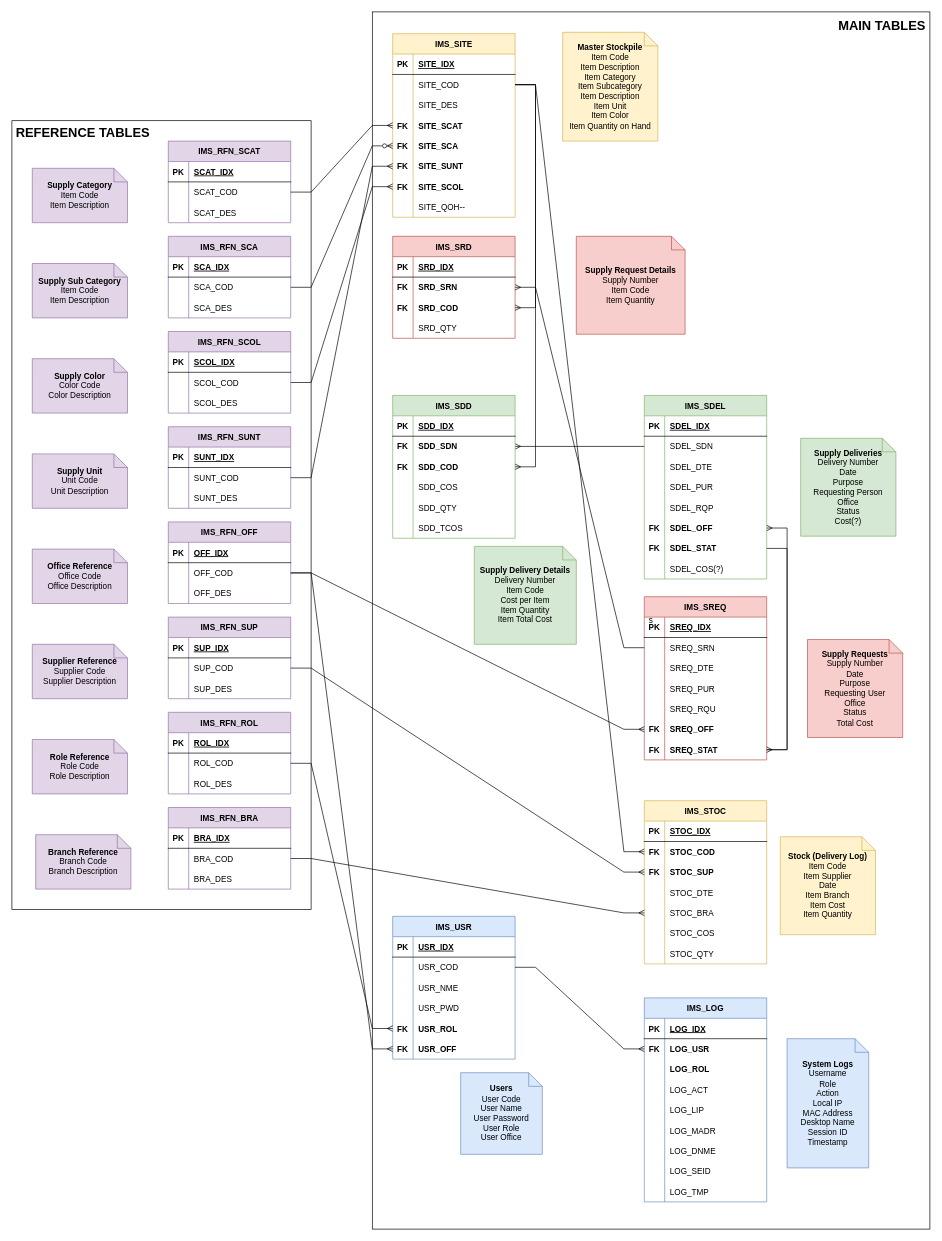
Before: docs/IMS Relational Diagram.drawio in nullblank/IMS, a draw.io diagram. Source tidied: cells renumbered, new cells numbered last; positions are measured from the earlier drawing's top-left corner, leaving out a move shared by most shapes. Both pictures are drawn from the tidied source at 68%, with x=0, y=0 at pixel (12, 12).
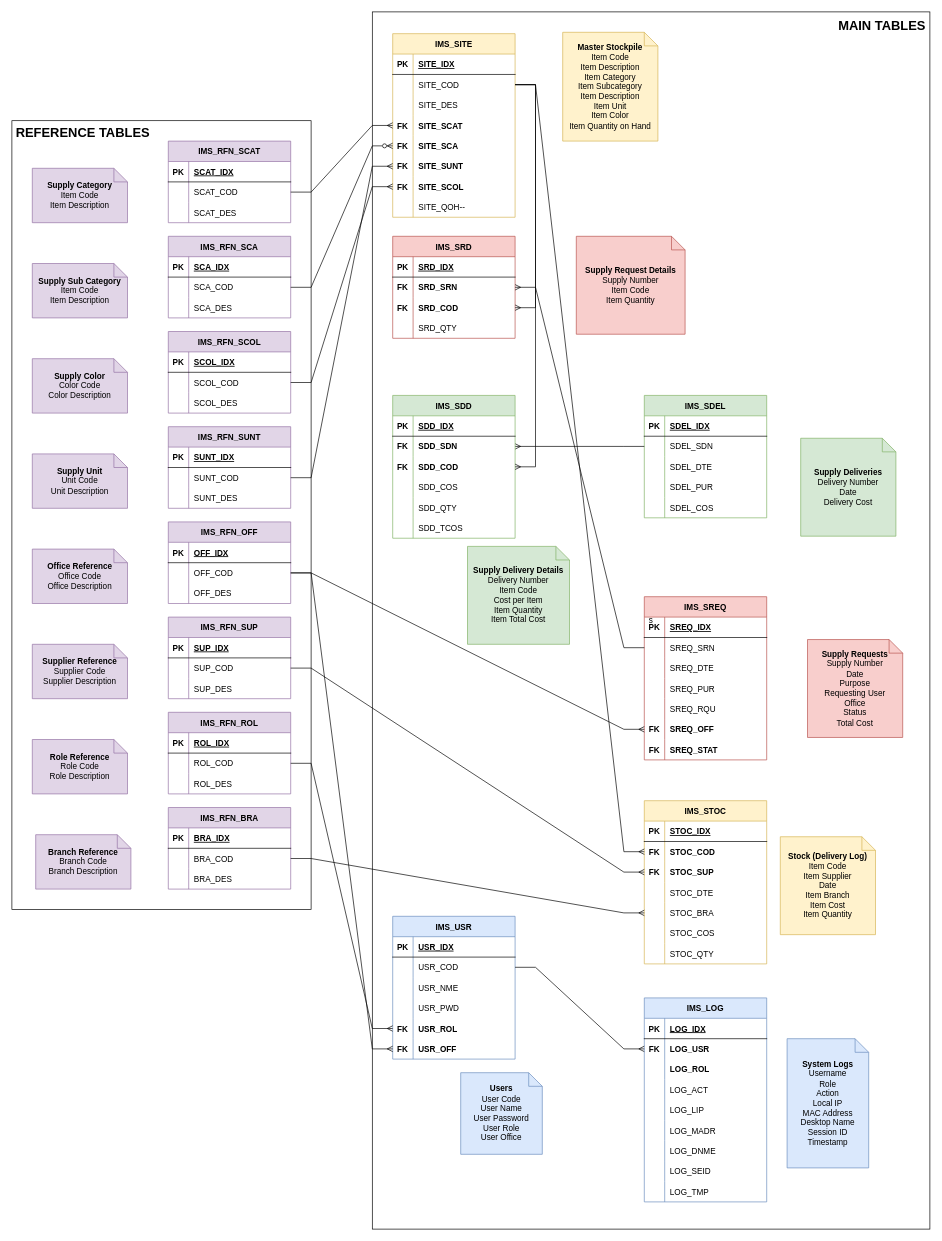
Above is the later version.

The change refers to these unchanged cells:
```xml
<mxCell id="93" style="shape=tableRow;horizontal=0;startSize=0;swimlaneHead=0;swimlaneBody=0;fillColor=none;points=[[0,0.5],[1,0.5]];portConstraint=eastwest;top=0;left=0;right=0;bottom=0;" parent="74" vertex="1">
  <mxGeometry y="210" width="180" height="30" as="geometry" />
</mxCell>
```

Change to the diagram source:
```diff
@@
     <mxCell id="187" value="IMS_SDEL" style="shape=table;startSize=30;childLayout=tableLayout;rowLines=0;fontStyle=1;align=center;fillColor=#d5e8d4;strokeColor=#82b366;" parent="1" vertex="1">
-      <mxGeometry x="930" y="564" width="180" height="270" as="geometry" />
+      <mxGeometry x="930" y="564" width="180" height="180" as="geometry" />
     </mxCell>
@@
-    <mxCell id="200" style="shape=tableRow;horizontal=0;startSize=0;swimlaneHead=0;swimlaneBody=0;fillColor=none;top=0;left=0;right=0;bottom=0;" parent="187" vertex="1">
-      <mxGeometry y="150" width="180" height="30" as="geometry" />
-    </mxCell>
-    <mxCell id="201" style="shape=partialRectangle;fillColor=none;top=0;left=0;bottom=0;right=0;overflow=hidden;" parent="200" vertex="1">
-      <mxGeometry width="30" height="30" as="geometry" />
-    </mxCell>
-    <mxCell id="202" value="SDEL_RQP" style="shape=partialRectangle;fillColor=none;top=0;left=0;bottom=0;right=0;align=left;spacingLeft=6;overflow=hidden;" parent="200" vertex="1">
-      <mxGeometry x="30" width="150" height="30" as="geometry" />
-    </mxCell>
-    <mxCell id="203" style="shape=tableRow;horizontal=0;startSize=0;swimlaneHead=0;swimlaneBody=0;fillColor=none;points=[[0,0.5],[1,0.5]];portConstraint=eastwest;top=0;left=0;right=0;bottom=0;" parent="187" vertex="1">
-      <mxGeometry y="180" width="180" height="30" as="geometry" />
-    </mxCell>
-    <mxCell id="204" value="FK" style="shape=partialRectangle;fillColor=none;top=0;left=0;bottom=0;right=0;overflow=hidden;fontStyle=1;" parent="203" vertex="1">
-      <mxGeometry width="30" height="30" as="geometry" />
-    </mxCell>
-    <mxCell id="205" value="SDEL_OFF" style="shape=partialRectangle;fillColor=none;top=0;left=0;bottom=0;right=0;align=left;spacingLeft=6;overflow=hidden;fontStyle=1;" parent="203" vertex="1">
-      <mxGeometry x="30" width="150" height="30" as="geometry" />
-    </mxCell>
-    <mxCell id="206" style="shape=tableRow;horizontal=0;startSize=0;swimlaneHead=0;swimlaneBody=0;fillColor=none;points=[[0,0.5],[1,0.5]];portConstraint=eastwest;top=0;left=0;right=0;bottom=0;" parent="187" vertex="1">
-      <mxGeometry y="210" width="180" height="30" as="geometry" />
-    </mxCell>
-    <mxCell id="207" value="FK" style="shape=partialRectangle;fillColor=none;top=0;left=0;bottom=0;right=0;overflow=hidden;fontStyle=1;" parent="206" vertex="1">
-      <mxGeometry width="30" height="30" as="geometry" />
-    </mxCell>
-    <mxCell id="208" value="SDEL_STAT" style="shape=partialRectangle;fillColor=none;top=0;left=0;bottom=0;right=0;align=left;spacingLeft=6;overflow=hidden;fontStyle=1;" parent="206" vertex="1">
-      <mxGeometry x="30" width="150" height="30" as="geometry" />
-    </mxCell>
     <mxCell id="209" style="shape=tableRow;horizontal=0;startSize=0;swimlaneHead=0;swimlaneBody=0;fillColor=none;top=0;left=0;right=0;bottom=0;" parent="187" vertex="1">
-      <mxGeometry y="240" width="180" height="30" as="geometry" />
+      <mxGeometry y="150" width="180" height="30" as="geometry" />
     </mxCell>
@@
-    <mxCell id="211" value="SDEL_COS(?)" style="shape=partialRectangle;fillColor=none;top=0;left=0;bottom=0;right=0;align=left;spacingLeft=6;overflow=hidden;" parent="209" vertex="1">
+    <mxCell id="211" value="SDEL_COS" style="shape=partialRectangle;fillColor=none;top=0;left=0;bottom=0;right=0;align=left;spacingLeft=6;overflow=hidden;" parent="209" vertex="1">
       <mxGeometry x="30" width="150" height="30" as="geometry" />
     </mxCell>
@@
-    <mxCell id="244" value="&lt;b&gt;Supply Deliveries&lt;/b&gt;&lt;br&gt;Delivery Number&lt;br&gt;Date&lt;br&gt;Purpose&lt;br&gt;Requesting Person&lt;br&gt;Office&lt;br&gt;Status&lt;br&gt;Cost(?)" style="shape=note;size=20;whiteSpace=wrap;html=1;fillColor=#d5e8d4;strokeColor=#82b366;" parent="1" vertex="1">
+    <mxCell id="244" value="&lt;b&gt;Supply Deliveries&lt;/b&gt;&lt;br&gt;Delivery Number&lt;br&gt;Date&lt;br&gt;Delivery Cost" style="shape=note;size=20;whiteSpace=wrap;html=1;fillColor=#d5e8d4;strokeColor=#82b366;" parent="1" vertex="1">
       <mxGeometry x="1160" y="627" width="140" height="144" as="geometry" />
     </mxCell>
-    <mxCell id="245" style="edgeStyle=entityRelationEdgeStyle;rounded=0;jettySize=auto;html=1;exitX=1;exitY=0.5;exitDx=0;exitDy=0;entryX=1;entryY=0.5;entryDx=0;entryDy=0;endArrow=ERmany;endFill=0;" parent="1" edge="1" source="206" target="93">
-      <mxGeometry relative="1" as="geometry" />
-    </mxCell>
-    <mxCell id="246" style="edgeStyle=entityRelationEdgeStyle;rounded=0;jettySize=auto;html=1;exitX=1;exitY=0.5;exitDx=0;exitDy=0;entryX=1;entryY=0.5;entryDx=0;entryDy=0;endArrow=ERmany;endFill=0;" parent="1" edge="1" source="93" target="203">
-      <mxGeometry relative="1" as="geometry" />
-    </mxCell>
     <mxCell id="247" value="&lt;b&gt;Supply Delivery Details&lt;/b&gt;&lt;br&gt;Delivery Number&lt;br&gt;Item Code&lt;br&gt;Cost per Item&lt;br&gt;Item Quantity&lt;br&gt;Item Total Cost" style="shape=note;size=20;whiteSpace=wrap;html=1;fillColor=#d5e8d4;strokeColor=#82b366;" parent="1" vertex="1">
-      <mxGeometry x="680" y="786" width="150" height="144" as="geometry" />
+      <mxGeometry x="670" y="786" width="150" height="144" as="geometry" />
     </mxCell>
```
